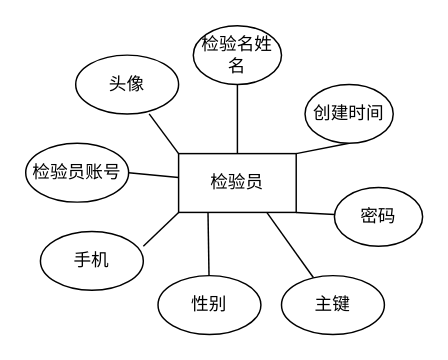
The draw.io diagram 图3-21.drawio in blackjack2022/draw.io, before the edit. Source tidied: cells renumbered, new cells numbered last; positions are measured from the earlier drawing's top-left corner, leaving out a move shared by most shapes. Both pictures are drawn from the tidied source at 147%, with x=0, y=0 at pixel (25, 25).
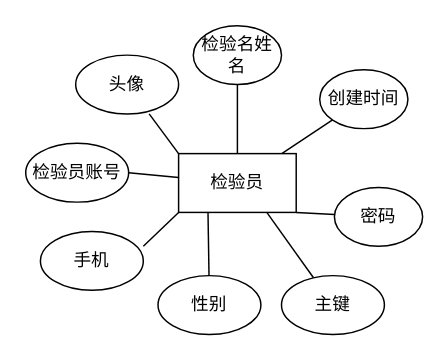
The same page after the edit.

The edit, as a diff of the source:
```diff
@@
 <mxGraphModel>
   <root>
     <mxCell id="0" />
     <mxCell id="1" parent="0" />
     <mxCell id="2" style="rounded=0;jettySize=auto;html=1;exitX=0.5;exitY=0;exitDx=0;exitDy=0;entryX=0.5;entryY=1;entryDx=0;entryDy=0;verticalAlign=middle;endArrow=none;startFill=0;fontFamily=宋体;" parent="1" edge="1" source="5" target="6">
       <mxGeometry relative="1" as="geometry" />
     </mxCell>
-    <mxCell id="3" style="rounded=0;jettySize=auto;html=1;exitX=1;exitY=0;exitDx=0;exitDy=0;entryX=0.5;entryY=1;entryDx=0;entryDy=0;endArrow=none;startFill=0;fontFamily=宋体;" parent="1" edge="1" source="5" target="7">
+    <mxCell id="3" style="rounded=0;jettySize=auto;html=1;endArrow=none;startFill=0;fontFamily=宋体;" parent="1" edge="1" source="5" target="7">
       <mxGeometry relative="1" as="geometry" />
     </mxCell>
     <mxCell id="4" style="rounded=0;jettySize=auto;html=1;entryX=1;entryY=0.5;entryDx=0;entryDy=0;endArrow=none;startFill=0;fontFamily=宋体;" parent="1" edge="1" source="5" target="15">
       <mxGeometry relative="1" as="geometry" />
     </mxCell>
     <mxCell id="5" value="检验员" style="rounded=0;whiteSpace=wrap;html=1;fontFamily=宋体;" parent="1" vertex="1">
       <mxGeometry x="104" y="87" width="80" height="40" as="geometry" />
     </mxCell>
     <mxCell id="6" value="检验名姓名" style="ellipse;whiteSpace=wrap;html=1;fontFamily=宋体;" parent="1" vertex="1">
       <mxGeometry x="114" width="60" height="40" as="geometry" />
     </mxCell>
     <mxCell id="7" value="创建时间" style="ellipse;whiteSpace=wrap;html=1;fontFamily=宋体;" parent="1" vertex="1">
-      <mxGeometry x="190" y="40" width="60" height="40" as="geometry" />
+      <mxGeometry x="200" y="30" width="60" height="40" as="geometry" />
     </mxCell>
     <mxCell id="8" style="rounded=0;jettySize=auto;html=1;entryX=1;entryY=1;entryDx=0;entryDy=0;endArrow=none;startFill=0;fontFamily=宋体;" parent="1" edge="1" source="9" target="5">
       <mxGeometry relative="1" as="geometry" />
     </mxCell>
     <mxCell id="9" value="密码" style="ellipse;whiteSpace=wrap;html=1;fontFamily=宋体;" parent="1" vertex="1">
       <mxGeometry x="210" y="110" width="60" height="40" as="geometry" />
     </mxCell>
     <mxCell id="10" style="rounded=0;jettySize=auto;html=1;entryX=0.75;entryY=1;entryDx=0;entryDy=0;endArrow=none;startFill=0;fontFamily=宋体;" parent="1" edge="1" source="11" target="5">
       <mxGeometry relative="1" as="geometry" />
     </mxCell>
     <mxCell id="11" value="主键" style="ellipse;whiteSpace=wrap;html=1;fontFamily=宋体;" parent="1" vertex="1">
       <mxGeometry x="174" y="170" width="70" height="40" as="geometry" />
     </mxCell>
     <mxCell id="12" style="rounded=0;jettySize=auto;html=1;entryX=0.25;entryY=1;entryDx=0;entryDy=0;endArrow=none;startFill=0;fontFamily=宋体;" parent="1" edge="1" source="13" target="5">
       <mxGeometry relative="1" as="geometry" />
     </mxCell>
     <mxCell id="13" value="性别" style="ellipse;whiteSpace=wrap;html=1;fontFamily=宋体;" parent="1" vertex="1">
       <mxGeometry x="90" y="170" width="70" height="40" as="geometry" />
     </mxCell>
     <mxCell id="14" value="手机" style="ellipse;whiteSpace=wrap;html=1;fontFamily=宋体;" parent="1" vertex="1">
       <mxGeometry x="10" y="140" width="70" height="40" as="geometry" />
     </mxCell>
     <mxCell id="15" value="检验员账号" style="ellipse;whiteSpace=wrap;html=1;fontFamily=宋体;" parent="1" vertex="1">
       <mxGeometry y="80" width="70" height="40" as="geometry" />
     </mxCell>
     <mxCell id="16" value="头像" style="ellipse;whiteSpace=wrap;html=1;fontFamily=宋体;" parent="1" vertex="1">
       <mxGeometry x="34" y="20" width="70" height="40" as="geometry" />
     </mxCell>
     <mxCell id="17" style="rounded=0;jettySize=auto;html=1;exitX=0;exitY=0;exitDx=0;exitDy=0;entryX=0.714;entryY=1;entryDx=0;entryDy=0;entryPerimeter=0;endArrow=none;startFill=0;fontFamily=宋体;" parent="1" edge="1" source="5" target="16">
       <mxGeometry relative="1" as="geometry" />
     </mxCell>
     <mxCell id="18" style="rounded=0;jettySize=auto;html=1;exitX=0;exitY=1;exitDx=0;exitDy=0;entryX=1;entryY=0.25;entryDx=0;entryDy=0;entryPerimeter=0;endArrow=none;startFill=0;fontFamily=宋体;" parent="1" edge="1" source="5" target="14">
       <mxGeometry relative="1" as="geometry" />
     </mxCell>
   </root>
 </mxGraphModel>
```
